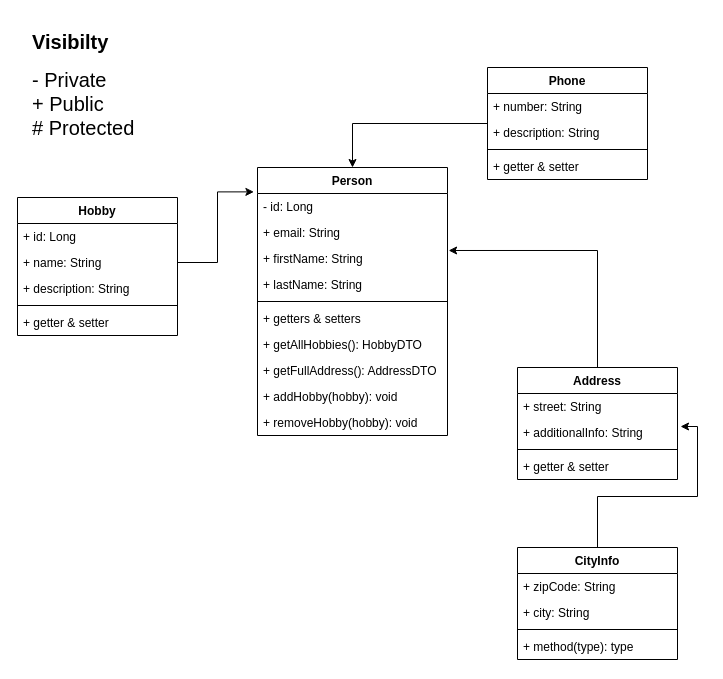
Earlier version of the draw.io diagram Class Diagram.drawio (Altant457/CA-1-backend). Source tidied: cells renumbered, new cells numbered last; positions are measured from the earlier drawing's top-left corner, leaving out a move shared by most shapes. Both pictures are drawn from the tidied source at 100%, with x=0, y=0 at pixel (17, 27).
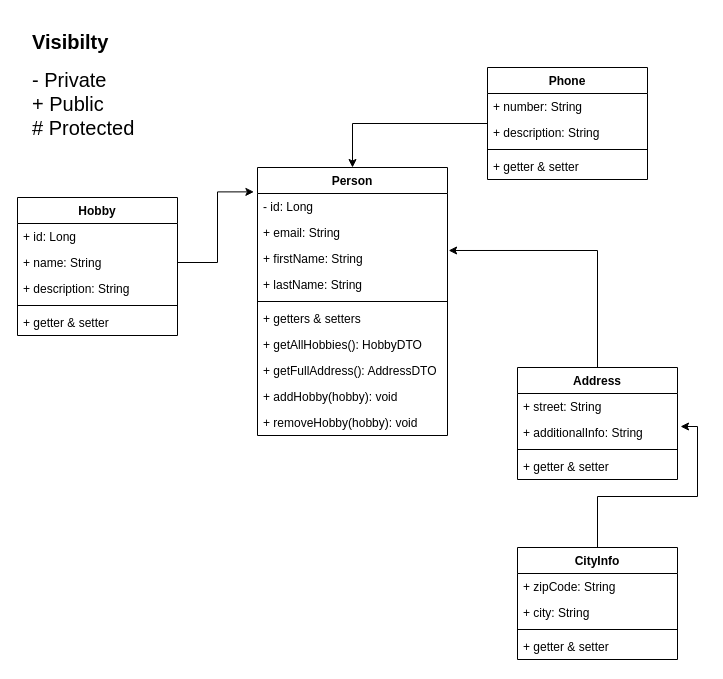
After the change.

The change refers to these unchanged cells:
```xml
<mxCell id="14" value="CityInfo" style="swimlane;fontStyle=1;align=center;verticalAlign=top;horizontal=1;startSize=26;" parent="1" vertex="1">
  <mxGeometry x="500" y="520" width="160" height="112" as="geometry" />
</mxCell>
```

What changed in the source:
```diff
@@
-    <mxCell id="18" value="+ method(type): type" style="text;strokeColor=none;fillColor=none;align=left;verticalAlign=top;spacingLeft=4;spacingRight=4;overflow=hidden;" parent="14" vertex="1">
+    <mxCell id="18" value="+ getter &amp; setter" style="text;strokeColor=none;fillColor=none;align=left;verticalAlign=top;spacingLeft=4;spacingRight=4;overflow=hidden;" parent="14" vertex="1">
       <mxGeometry y="86" width="160" height="26" as="geometry" />
     </mxCell>
```
